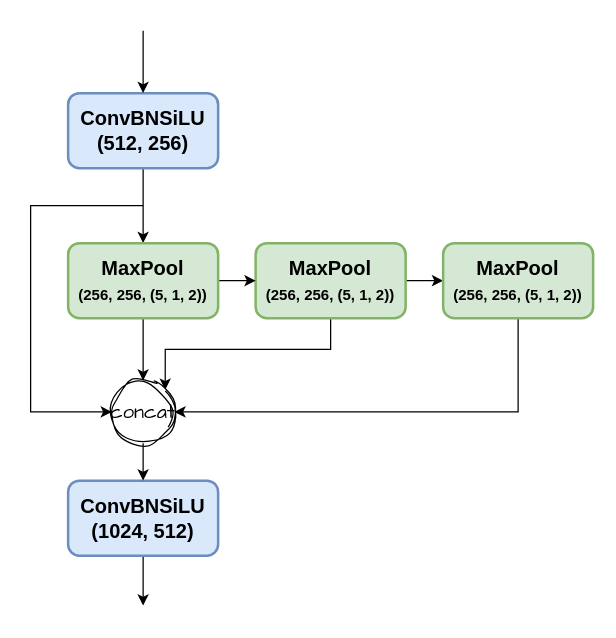
Above: page "第 6 页" (5 of 6) of figs.drawio in 225ceV/tiny (draw.io), before the change. Source tidied: cells renumbered, new cells numbered last; positions are measured from the earlier drawing's top-left corner, leaving out a move shared by most shapes. Both pictures are drawn from the tidied source at 125%, with x=0, y=0 at pixel (30, 30).
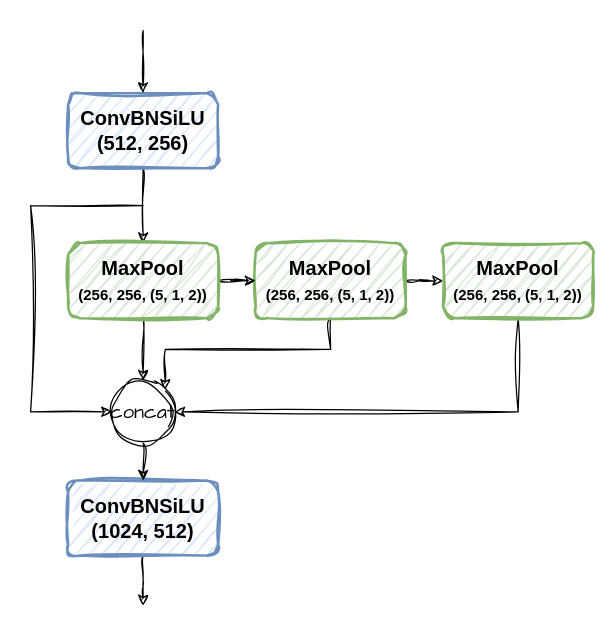
Above is the later version.

Unchanged cells that the change refers to:
```xml
<mxCell id="11" value="&lt;font style=&quot;&quot; face=&quot;Comic Sans MS&quot;&gt;concat&lt;/font&gt;" style="ellipse;whiteSpace=wrap;html=1;fontSize=16;sketch=1;curveFitting=1;jiggle=2;" parent="1" vertex="1">
  <mxGeometry x="65" y="280" width="50" height="50" as="geometry" />
</mxCell>
```

Change to the diagram source:
```diff
@@
-    <mxCell id="2" style="edgeStyle=orthogonalEdgeStyle;rounded=0;jettySize=auto;html=1;fontFamily=Helvetica;fontSize=12;fontColor=default;" parent="1" edge="1" source="3" target="14">
+    <mxCell id="2" style="edgeStyle=orthogonalEdgeStyle;rounded=0;jettySize=auto;html=1;fontFamily=Helvetica;fontSize=12;fontColor=default;sketch=1;curveFitting=1;jiggle=2;" parent="1" edge="1" source="3" target="14">
       <mxGeometry relative="1" as="geometry" />
     </mxCell>
-    <mxCell id="3" value="&lt;font style=&quot;font-size: 16px;&quot;&gt;&lt;b&gt;ConvBNSiLU&lt;br&gt;(512, 256)&lt;/b&gt;&lt;br&gt;&lt;/font&gt;" style="rounded=1;whiteSpace=wrap;html=1;fillColor=#dae8fc;strokeColor=#6c8ebf;strokeWidth=2;" parent="1" vertex="1">
+    <mxCell id="3" value="&lt;font style=&quot;font-size: 16px;&quot;&gt;&lt;b&gt;ConvBNSiLU&lt;br&gt;(512, 256)&lt;/b&gt;&lt;br&gt;&lt;/font&gt;" style="rounded=1;whiteSpace=wrap;html=1;fillColor=#dae8fc;strokeColor=#6c8ebf;strokeWidth=2;sketch=1;curveFitting=1;jiggle=2;" parent="1" vertex="1">
       <mxGeometry x="30" y="50" width="120" height="60" as="geometry" />
     </mxCell>
-    <mxCell id="4" style="endArrow=classic;html=1;rounded=0;fontFamily=Courier New;fontSize=16;fontColor=default;" parent="1" edge="1" target="3">
+    <mxCell id="4" style="endArrow=classic;html=1;rounded=0;fontFamily=Courier New;fontSize=16;fontColor=default;sketch=1;curveFitting=1;jiggle=2;" parent="1" edge="1" target="3">
       <mxGeometry relative="1" as="geometry">
         <mxPoint x="90" as="sourcePoint" />
       </mxGeometry>
     </mxCell>
-    <mxCell id="5" style="edgeStyle=orthogonalEdgeStyle;rounded=0;jettySize=auto;html=1;exitX=0.5;exitY=1;exitDx=0;exitDy=0;entryX=1;entryY=0;entryDx=0;entryDy=0;fontFamily=Helvetica;fontSize=12;fontColor=default;" parent="1" edge="1" source="7" target="11">
+    <mxCell id="5" style="edgeStyle=orthogonalEdgeStyle;rounded=0;jettySize=auto;html=1;exitX=0.5;exitY=1;exitDx=0;exitDy=0;entryX=1;entryY=0;entryDx=0;entryDy=0;fontFamily=Helvetica;fontSize=12;fontColor=default;sketch=1;curveFitting=1;jiggle=2;" parent="1" edge="1" source="7" target="11">
       <mxGeometry relative="1" as="geometry" />
     </mxCell>
-    <mxCell id="6" style="edgeStyle=orthogonalEdgeStyle;rounded=0;jettySize=auto;html=1;fontFamily=Helvetica;fontSize=12;fontColor=default;" parent="1" edge="1" source="7" target="16">
+    <mxCell id="6" style="edgeStyle=orthogonalEdgeStyle;rounded=0;jettySize=auto;html=1;fontFamily=Helvetica;fontSize=12;fontColor=default;sketch=1;curveFitting=1;jiggle=2;" parent="1" edge="1" source="7" target="16">
       <mxGeometry relative="1" as="geometry" />
     </mxCell>
-    <mxCell id="7" value="&lt;b style=&quot;border-color: var(--border-color); font-size: 16px;&quot;&gt;MaxPool&lt;br&gt;&lt;b style=&quot;border-color: var(--border-color); font-size: 12px;&quot;&gt;&lt;font style=&quot;border-color: var(--border-color);&quot;&gt;(256, 256, (5, 1, 2))&lt;/font&gt;&lt;/b&gt;&lt;br&gt;&lt;/b&gt;" style="rounded=1;whiteSpace=wrap;html=1;strokeColor=#82b366;strokeWidth=2;fontFamily=Helvetica;fontSize=12;fillColor=#d5e8d4;" parent="1" vertex="1">
+    <mxCell id="7" value="&lt;b style=&quot;border-color: var(--border-color); font-size: 16px;&quot;&gt;MaxPool&lt;br&gt;&lt;b style=&quot;border-color: var(--border-color); font-size: 12px;&quot;&gt;&lt;font style=&quot;border-color: var(--border-color);&quot;&gt;(256, 256, (5, 1, 2))&lt;/font&gt;&lt;/b&gt;&lt;br&gt;&lt;/b&gt;" style="rounded=1;whiteSpace=wrap;html=1;strokeColor=#82b366;strokeWidth=2;fontFamily=Helvetica;fontSize=12;fillColor=#d5e8d4;sketch=1;curveFitting=1;jiggle=2;" parent="1" vertex="1">
       <mxGeometry x="180" y="170" width="120" height="60" as="geometry" />
     </mxCell>
-    <mxCell id="8" style="edgeStyle=orthogonalEdgeStyle;rounded=0;jettySize=auto;html=1;exitX=0.5;exitY=1;exitDx=0;exitDy=0;fontFamily=Helvetica;fontSize=12;fontColor=default;" parent="1" edge="1" source="9">
+    <mxCell id="8" style="edgeStyle=orthogonalEdgeStyle;rounded=0;jettySize=auto;html=1;exitX=0.5;exitY=1;exitDx=0;exitDy=0;fontFamily=Helvetica;fontSize=12;fontColor=default;sketch=1;curveFitting=1;jiggle=2;" parent="1" edge="1" source="9">
       <mxGeometry relative="1" as="geometry">
         <mxPoint x="90" y="460" as="targetPoint" />
       </mxGeometry>
     </mxCell>
-    <mxCell id="9" value="&lt;font style=&quot;font-size: 16px;&quot;&gt;&lt;b&gt;ConvBNSiLU&lt;br&gt;(1024, 512)&lt;/b&gt;&lt;br&gt;&lt;/font&gt;" style="rounded=1;whiteSpace=wrap;html=1;fillColor=#dae8fc;strokeColor=#6c8ebf;strokeWidth=2;" parent="1" vertex="1">
+    <mxCell id="9" value="&lt;font style=&quot;font-size: 16px;&quot;&gt;&lt;b&gt;ConvBNSiLU&lt;br&gt;(1024, 512)&lt;/b&gt;&lt;br&gt;&lt;/font&gt;" style="rounded=1;whiteSpace=wrap;html=1;fillColor=#dae8fc;strokeColor=#6c8ebf;strokeWidth=2;sketch=1;curveFitting=1;jiggle=2;" parent="1" vertex="1">
       <mxGeometry x="30" y="360" width="120" height="60" as="geometry" />
     </mxCell>
-    <mxCell id="10" style="edgeStyle=orthogonalEdgeStyle;rounded=0;jettySize=auto;html=1;exitX=0.5;exitY=1;exitDx=0;exitDy=0;entryX=0.5;entryY=0;entryDx=0;entryDy=0;fontFamily=Helvetica;fontSize=12;fontColor=default;" parent="1" edge="1" source="11" target="9">
+    <mxCell id="10" style="edgeStyle=orthogonalEdgeStyle;rounded=0;jettySize=auto;html=1;exitX=0.5;exitY=1;exitDx=0;exitDy=0;entryX=0.5;entryY=0;entryDx=0;entryDy=0;fontFamily=Helvetica;fontSize=12;fontColor=default;sketch=1;curveFitting=1;jiggle=2;" parent="1" edge="1" source="11" target="9">
       <mxGeometry relative="1" as="geometry" />
     </mxCell>
@@
-    <mxCell id="12" style="edgeStyle=orthogonalEdgeStyle;rounded=0;jettySize=auto;html=1;fontFamily=Helvetica;fontSize=12;fontColor=default;" parent="1" edge="1" source="14" target="7">
+    <mxCell id="12" style="edgeStyle=orthogonalEdgeStyle;rounded=0;jettySize=auto;html=1;fontFamily=Helvetica;fontSize=12;fontColor=default;sketch=1;curveFitting=1;jiggle=2;" parent="1" edge="1" source="14" target="7">
       <mxGeometry relative="1" as="geometry" />
     </mxCell>
-    <mxCell id="13" style="edgeStyle=orthogonalEdgeStyle;rounded=0;jettySize=auto;html=1;exitX=0.5;exitY=1;exitDx=0;exitDy=0;entryX=0.5;entryY=0;entryDx=0;entryDy=0;fontFamily=Helvetica;fontSize=12;fontColor=default;" parent="1" edge="1" source="14" target="11">
+    <mxCell id="13" style="edgeStyle=orthogonalEdgeStyle;rounded=0;jettySize=auto;html=1;exitX=0.5;exitY=1;exitDx=0;exitDy=0;entryX=0.5;entryY=0;entryDx=0;entryDy=0;fontFamily=Helvetica;fontSize=12;fontColor=default;sketch=1;curveFitting=1;jiggle=2;" parent="1" edge="1" source="14" target="11">
       <mxGeometry relative="1" as="geometry" />
     </mxCell>
-    <mxCell id="14" value="&lt;b style=&quot;border-color: var(--border-color); font-size: 16px;&quot;&gt;MaxPool&lt;br&gt;&lt;b style=&quot;border-color: var(--border-color); font-size: 12px;&quot;&gt;&lt;font style=&quot;border-color: var(--border-color);&quot;&gt;(256, 256, (5, 1, 2))&lt;/font&gt;&lt;/b&gt;&lt;br&gt;&lt;/b&gt;" style="rounded=1;whiteSpace=wrap;html=1;strokeColor=#82b366;strokeWidth=2;fontFamily=Helvetica;fontSize=12;fillColor=#d5e8d4;" parent="1" vertex="1">
+    <mxCell id="14" value="&lt;b style=&quot;border-color: var(--border-color); font-size: 16px;&quot;&gt;MaxPool&lt;br&gt;&lt;b style=&quot;border-color: var(--border-color); font-size: 12px;&quot;&gt;&lt;font style=&quot;border-color: var(--border-color);&quot;&gt;(256, 256, (5, 1, 2))&lt;/font&gt;&lt;/b&gt;&lt;br&gt;&lt;/b&gt;" style="rounded=1;whiteSpace=wrap;html=1;strokeColor=#82b366;strokeWidth=2;fontFamily=Helvetica;fontSize=12;fillColor=#d5e8d4;sketch=1;curveFitting=1;jiggle=2;" parent="1" vertex="1">
       <mxGeometry x="30" y="170" width="120" height="60" as="geometry" />
     </mxCell>
-    <mxCell id="15" style="edgeStyle=orthogonalEdgeStyle;rounded=0;jettySize=auto;html=1;exitX=0.5;exitY=1;exitDx=0;exitDy=0;entryX=1;entryY=0.5;entryDx=0;entryDy=0;fontFamily=Helvetica;fontSize=12;fontColor=default;" parent="1" edge="1" source="16" target="11">
+    <mxCell id="15" style="edgeStyle=orthogonalEdgeStyle;rounded=0;jettySize=auto;html=1;exitX=0.5;exitY=1;exitDx=0;exitDy=0;entryX=1;entryY=0.5;entryDx=0;entryDy=0;fontFamily=Helvetica;fontSize=12;fontColor=default;sketch=1;curveFitting=1;jiggle=2;" parent="1" edge="1" source="16" target="11">
       <mxGeometry relative="1" as="geometry" />
     </mxCell>
-    <mxCell id="16" value="&lt;b style=&quot;border-color: var(--border-color); font-size: 16px;&quot;&gt;MaxPool&lt;br&gt;&lt;b style=&quot;border-color: var(--border-color); font-size: 12px;&quot;&gt;&lt;font style=&quot;border-color: var(--border-color);&quot;&gt;(256, 256, (5, 1, 2))&lt;/font&gt;&lt;/b&gt;&lt;br&gt;&lt;/b&gt;" style="rounded=1;whiteSpace=wrap;html=1;strokeColor=#82b366;strokeWidth=2;fontFamily=Helvetica;fontSize=12;fillColor=#d5e8d4;" parent="1" vertex="1">
+    <mxCell id="16" value="&lt;b style=&quot;border-color: var(--border-color); font-size: 16px;&quot;&gt;MaxPool&lt;br&gt;&lt;b style=&quot;border-color: var(--border-color); font-size: 12px;&quot;&gt;&lt;font style=&quot;border-color: var(--border-color);&quot;&gt;(256, 256, (5, 1, 2))&lt;/font&gt;&lt;/b&gt;&lt;br&gt;&lt;/b&gt;" style="rounded=1;whiteSpace=wrap;html=1;strokeColor=#82b366;strokeWidth=2;fontFamily=Helvetica;fontSize=12;fillColor=#d5e8d4;sketch=1;curveFitting=1;jiggle=2;" parent="1" vertex="1">
       <mxGeometry x="330" y="170" width="120" height="60" as="geometry" />
     </mxCell>
-    <mxCell id="17" style="endArrow=classic;html=1;rounded=0;fontFamily=Helvetica;fontSize=12;fontColor=default;entryX=0;entryY=0.5;entryDx=0;entryDy=0;" parent="1" edge="1" target="11">
+    <mxCell id="17" style="endArrow=classic;html=1;rounded=0;fontFamily=Helvetica;fontSize=12;fontColor=default;entryX=0;entryY=0.5;entryDx=0;entryDy=0;sketch=1;curveFitting=1;jiggle=2;" parent="1" edge="1" target="11">
       <mxGeometry relative="1" as="geometry">
         <mxPoint x="90" y="140" as="sourcePoint" />
         <Array as="points">
           <mxPoint y="140" />
           <mxPoint y="305" />
         </Array>
       </mxGeometry>
     </mxCell>
```
